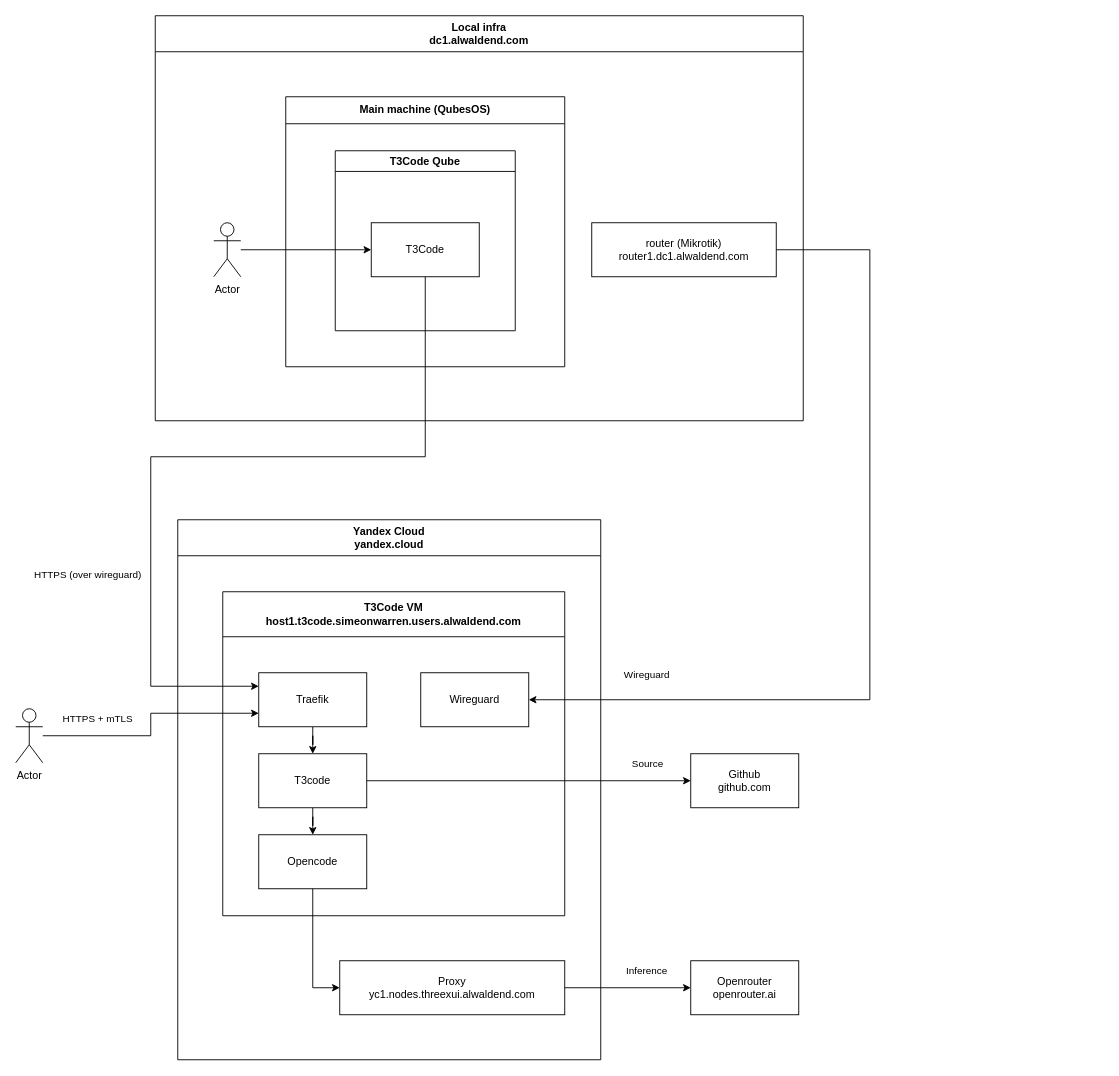
The draw.io diagram page "T3code" (9 of 14) of infra/arch/arch.drawio in alwaldend/src, before the edit. Source tidied: cells renumbered, new cells numbered last; positions are measured from the earlier drawing's top-left corner, leaving out a move shared by most shapes. Both pictures are drawn from the tidied source at 90%, with x=0, y=0 at pixel (15, 15).
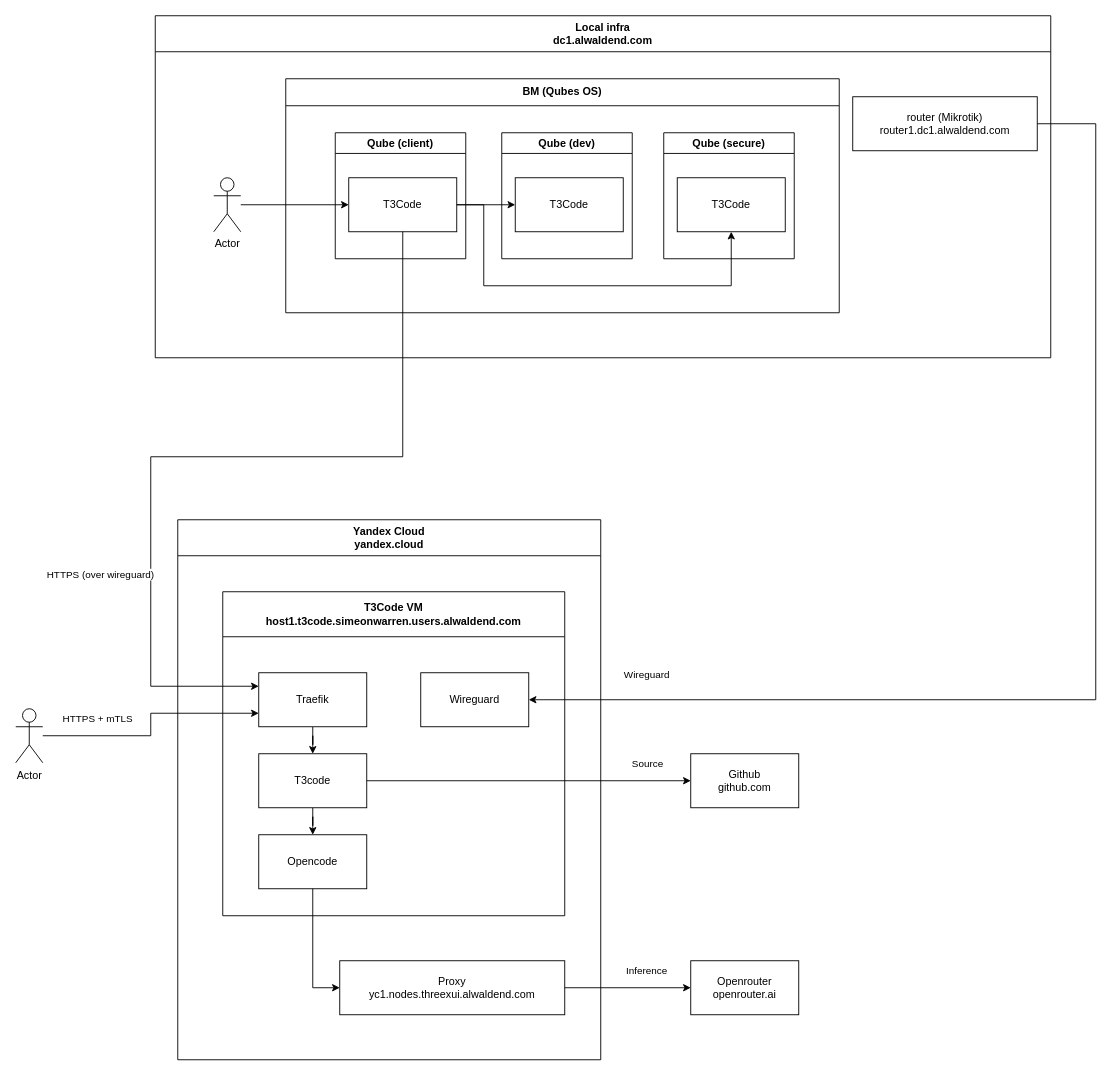
The same diagram, later.

Unchanged cells that the change refers to:
```xml
<mxCell id="5" value="Traefik" style="rounded=0;whiteSpace=wrap;html=1;" parent="3" vertex="1">
  <mxGeometry x="40" y="90" width="120" height="60" as="geometry" />
</mxCell>
<mxCell id="9" value="Wireguard" style="rounded=0;whiteSpace=wrap;html=1;" parent="3" vertex="1">
  <mxGeometry x="220" y="90" width="120" height="60" as="geometry" />
</mxCell>
```

What changed in the source:
```diff
@@
     <mxCell id="18" value="Local infra&lt;br&gt;dc1.alwaldend.com" style="swimlane;whiteSpace=wrap;html=1;startSize=40;" parent="1" vertex="1">
-      <mxGeometry x="155" width="720" height="450" as="geometry" />
+      <mxGeometry x="155" width="995" height="380" as="geometry" />
     </mxCell>
-    <mxCell id="19" value="Main machine (QubesOS)" style="swimlane;whiteSpace=wrap;html=1;startSize=30;" parent="18" vertex="1">
-      <mxGeometry x="145" y="90" width="310" height="300" as="geometry" />
+    <mxCell id="19" value="BM (Qubes OS)" style="swimlane;whiteSpace=wrap;html=1;startSize=30;" parent="18" vertex="1">
+      <mxGeometry x="145" y="70" width="615" height="260" as="geometry" />
     </mxCell>
-    <mxCell id="20" value="T3Code Qube" style="swimlane;whiteSpace=wrap;html=1;" parent="19" vertex="1">
-      <mxGeometry x="55" y="60" width="200" height="200" as="geometry" />
+    <mxCell id="20" value="Qube (client)" style="swimlane;whiteSpace=wrap;html=1;" parent="19" vertex="1">
+      <mxGeometry x="55" y="60" width="145" height="140" as="geometry" />
     </mxCell>
     <mxCell id="21" value="T3Code" style="rounded=0;whiteSpace=wrap;html=1;" parent="20" vertex="1">
-      <mxGeometry x="40" y="80" width="120" height="60" as="geometry" />
+      <mxGeometry x="15" y="50" width="120" height="60" as="geometry" />
     </mxCell>
+    <mxCell id="32" value="Qube (dev)" style="swimlane;whiteSpace=wrap;html=1;" parent="19" vertex="1">
+      <mxGeometry x="240" y="60" width="145" height="140" as="geometry" />
+    </mxCell>
+    <mxCell id="33" value="T3Code" style="rounded=0;whiteSpace=wrap;html=1;" parent="32" vertex="1">
+      <mxGeometry x="15" y="50" width="120" height="60" as="geometry" />
+    </mxCell>
+    <mxCell id="34" value="Qube (secure)" style="swimlane;whiteSpace=wrap;html=1;" parent="19" vertex="1">
+      <mxGeometry x="420" y="60" width="145" height="140" as="geometry" />
+    </mxCell>
+    <mxCell id="35" value="T3Code" style="rounded=0;whiteSpace=wrap;html=1;" parent="34" vertex="1">
+      <mxGeometry x="15" y="50" width="120" height="60" as="geometry" />
+    </mxCell>
+    <mxCell id="36" style="edgeStyle=orthogonalEdgeStyle;rounded=0;jettySize=auto;html=1;entryX=0;entryY=0.5;entryDx=0;entryDy=0;" parent="19" edge="1" source="21" target="33">
+      <mxGeometry relative="1" as="geometry" />
+    </mxCell>
+    <mxCell id="37" style="edgeStyle=orthogonalEdgeStyle;rounded=0;jettySize=auto;html=1;entryX=0.5;entryY=1;entryDx=0;entryDy=0;" parent="19" edge="1" source="21" target="35">
+      <mxGeometry relative="1" as="geometry">
+        <Array as="points">
+          <mxPoint x="220" y="140" />
+          <mxPoint x="220" y="230" />
+          <mxPoint x="495" y="230" />
+        </Array>
+      </mxGeometry>
+    </mxCell>
@@
     <mxCell id="23" value="Actor" style="shape=umlActor;verticalLabelPosition=bottom;verticalAlign=top;html=1;outlineConnect=0;" parent="18" vertex="1">
-      <mxGeometry x="65" y="230" width="30" height="60" as="geometry" />
+      <mxGeometry x="65" y="180" width="30" height="60" as="geometry" />
     </mxCell>
     <mxCell id="24" value="router (Mikrotik)&lt;br&gt;router1.dc1.alwaldend.com" style="rounded=0;whiteSpace=wrap;html=1;" parent="18" vertex="1">
-      <mxGeometry x="485" y="230" width="205" height="60" as="geometry" />
+      <mxGeometry x="775" y="90" width="205" height="60" as="geometry" />
     </mxCell>
     <mxCell id="25" style="edgeStyle=orthogonalEdgeStyle;rounded=0;jettySize=auto;html=1;entryX=1;entryY=0.5;entryDx=0;entryDy=0;exitX=1;exitY=0.5;exitDx=0;exitDy=0;" parent="1" edge="1" source="24" target="9">
       <mxGeometry relative="1" as="geometry">
         <Array as="points">
-          <mxPoint x="949" y="260" />
-          <mxPoint x="949" y="760" />
+          <mxPoint x="1200" y="120" />
+          <mxPoint x="1200" y="760" />
         </Array>
       </mxGeometry>
     </mxCell>
     <mxCell id="26" value="Wireguard" style="edgeLabel;html=1;align=center;verticalAlign=middle;" parent="25" vertex="1">
       <mxGeometry x="-0.42" y="-2" relative="1" as="geometry">
-        <mxPoint x="-247" y="290" as="offset" />
+        <mxPoint x="-498" y="289" as="offset" />
       </mxGeometry>
     </mxCell>
-    <mxCell id="27" style="edgeStyle=orthogonalEdgeStyle;rounded=0;jettySize=auto;html=1;entryX=0;entryY=0.25;entryDx=0;entryDy=0;" parent="1" edge="1" source="21" target="5">
+    <mxCell id="27" style="edgeStyle=orthogonalEdgeStyle;rounded=0;jettySize=auto;html=1;entryX=0;entryY=0.25;entryDx=0;entryDy=0;exitX=0.5;exitY=1;exitDx=0;exitDy=0;" parent="1" edge="1" source="21" target="5">
       <mxGeometry relative="1" as="geometry">
         <Array as="points">
-          <mxPoint x="455" y="490" />
+          <mxPoint x="430" y="490" />
           <mxPoint x="150" y="490" />
           <mxPoint x="150" y="745" />
         </Array>
       </mxGeometry>
     </mxCell>
```
